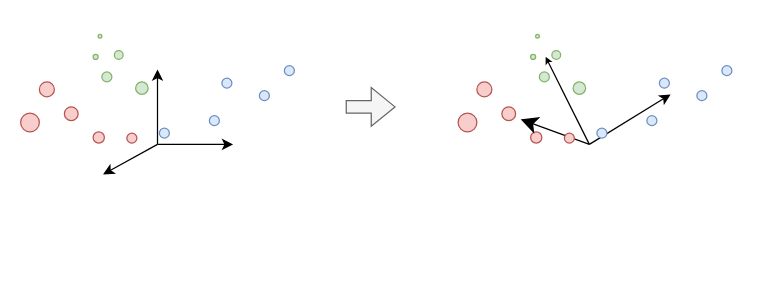
Before: assets/img/posts/2025-09-22-ica/pca_overview.drawio in hclimente/hclimente.github.io, a draw.io diagram. Source tidied: cells renumbered, new cells numbered last; positions are measured from the earlier drawing's top-left corner, leaving out a move shared by most shapes. Both pictures are drawn from the tidied source at 125%, with x=0, y=0 at pixel (20, 34).
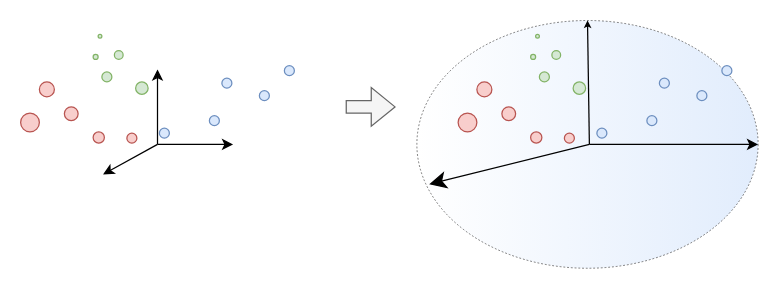
The same page after the edit.

Diff of the diagram source:
```diff
@@
+    <mxCell id="39" style="ellipse;whiteSpace=wrap;html=1;fillColor=#dae8fc;opacity=80;strokeColor=default;gradientColor=#FFFFFF;strokeWidth=0.5;perimeterSpacing=0;shadow=0;gradientDirection=west;dashed=1;" parent="1" vertex="1">
+      <mxGeometry x="317" y="-11.1" width="273" height="198.2" as="geometry" />
+    </mxCell>
@@
-    <mxCell id="20" style="endArrow=classic;html=1;rounded=0;endSize=3;" parent="1" edge="1">
+    <mxCell id="20" style="endArrow=classic;html=1;rounded=0;endSize=3;entryX=0.5;entryY=0;entryDx=0;entryDy=0;" parent="1" edge="1" target="39">
       <mxGeometry relative="1" as="geometry">
         <mxPoint x="455" y="88" as="sourcePoint" />
-        <mxPoint x="420" y="18" as="targetPoint" />
       </mxGeometry>
     </mxCell>
@@
-    <mxCell id="34" style="endArrow=classic;html=1;rounded=0;endSize=11;" parent="1" edge="1">
+    <mxCell id="34" style="endArrow=classic;html=1;rounded=0;endSize=11;entryX=0.036;entryY=0.661;entryDx=0;entryDy=0;entryPerimeter=0;" parent="1" edge="1" target="39">
       <mxGeometry relative="1" as="geometry">
         <mxPoint x="455" y="88" as="sourcePoint" />
-        <mxPoint x="400" y="68" as="targetPoint" />
       </mxGeometry>
     </mxCell>
-    <mxCell id="35" style="endArrow=classic;html=1;rounded=0;" parent="1" edge="1">
+    <mxCell id="35" style="endArrow=classic;html=1;rounded=0;entryX=1;entryY=0.5;entryDx=0;entryDy=0;" parent="1" edge="1" target="39">
       <mxGeometry relative="1" as="geometry">
         <mxPoint x="455" y="88" as="sourcePoint" />
-        <mxPoint x="520" y="48" as="targetPoint" />
       </mxGeometry>
     </mxCell>
```
